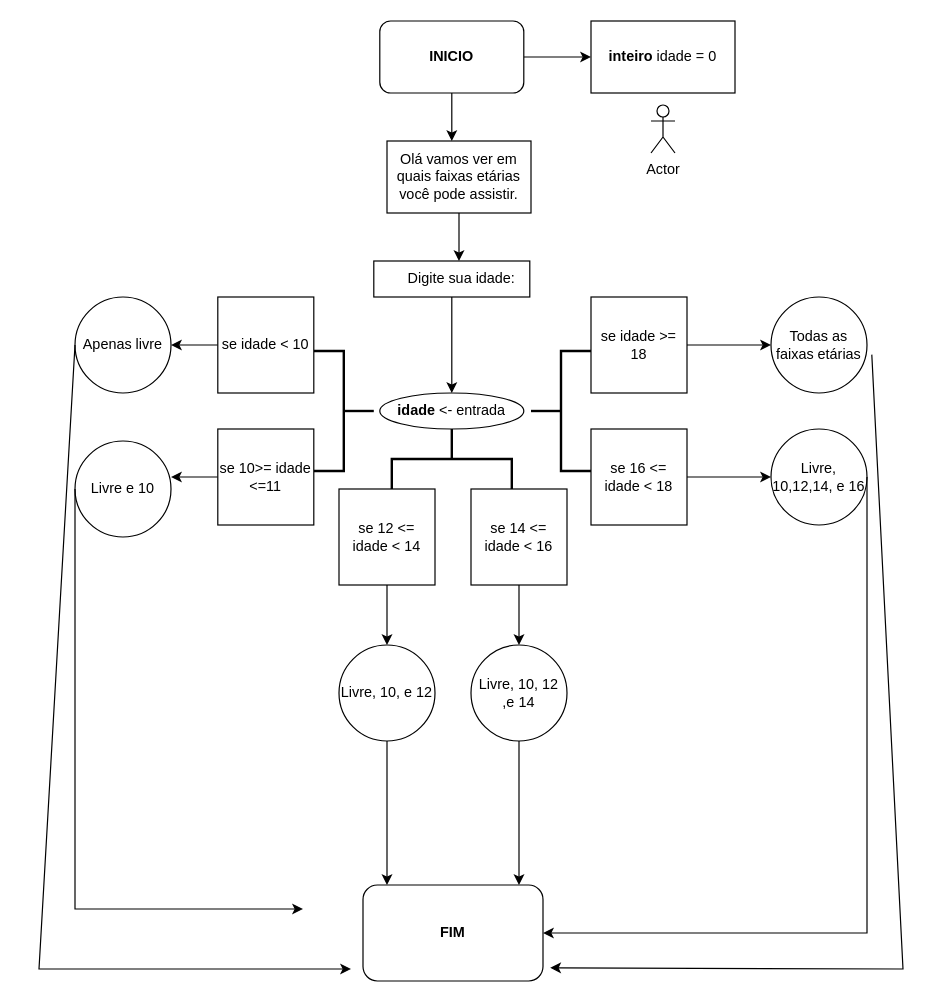
Matheuslbcosta02/diagramas_pdf keeps this draw.io diagram as classificador_idade.drawio. Above is the earlier version. Source tidied: cells renumbered, new cells numbered last; positions are measured from the earlier drawing's top-left corner, leaving out a move shared by most shapes. Both pictures are drawn from the tidied source at 120%, with x=0, y=0 at pixel (38, 20).
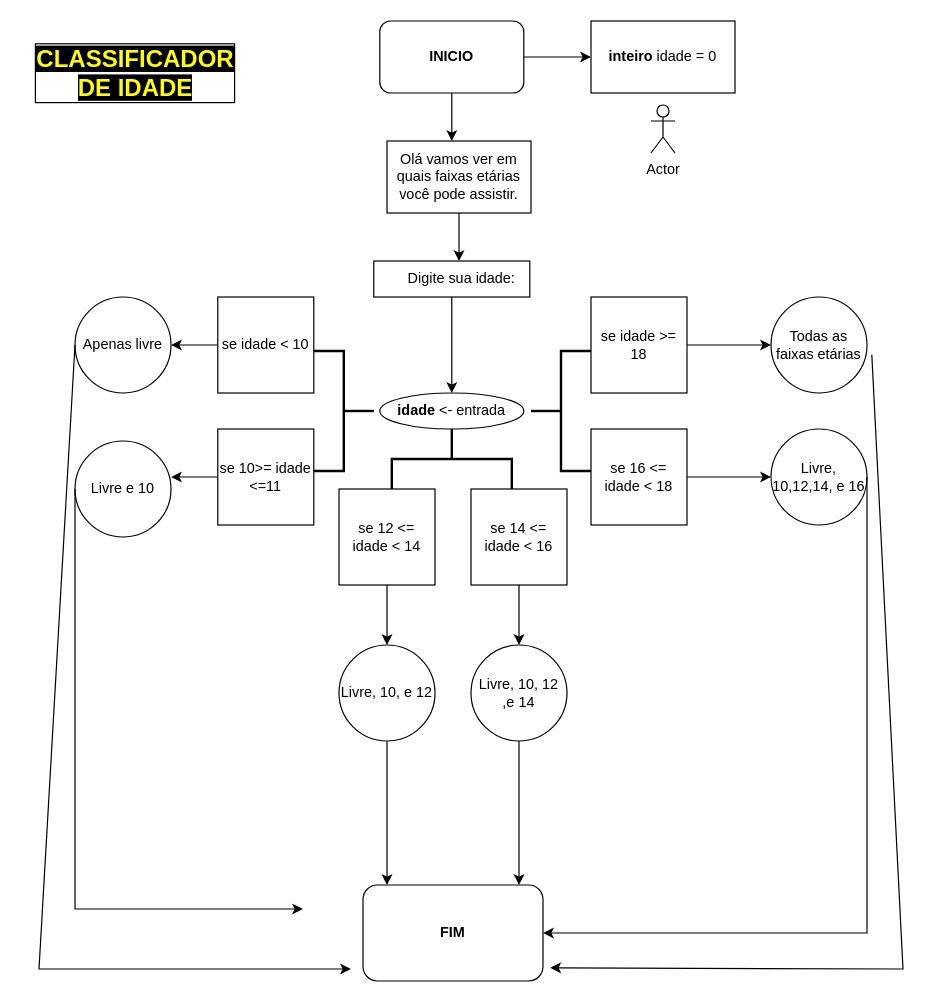
Above is the later version.

The edit, as a diff of the source:
```diff
@@
+    <mxCell id="41" value="&lt;b style=&quot;font-size: 20px;&quot;&gt;&lt;font style=&quot;font-size: 20px; background-color: rgb(0, 0, 0);&quot;&gt;CLASSIFICADOR&lt;/font&gt;&lt;/b&gt;&lt;div style=&quot;font-size: 20px;&quot;&gt;&lt;b style=&quot;&quot;&gt;&lt;font style=&quot;font-size: 20px; background-color: rgb(0, 0, 0);&quot;&gt;DE IDADE&lt;/font&gt;&lt;/b&gt;&lt;/div&gt;" style="text;html=1;align=center;verticalAlign=middle;strokeColor=none;fillColor=none;labelBorderColor=default;fontColor=#FFFF00;" parent="1" vertex="1">
+      <mxGeometry x="-15" y="13" width="190" height="60" as="geometry" />
+    </mxCell>
```
